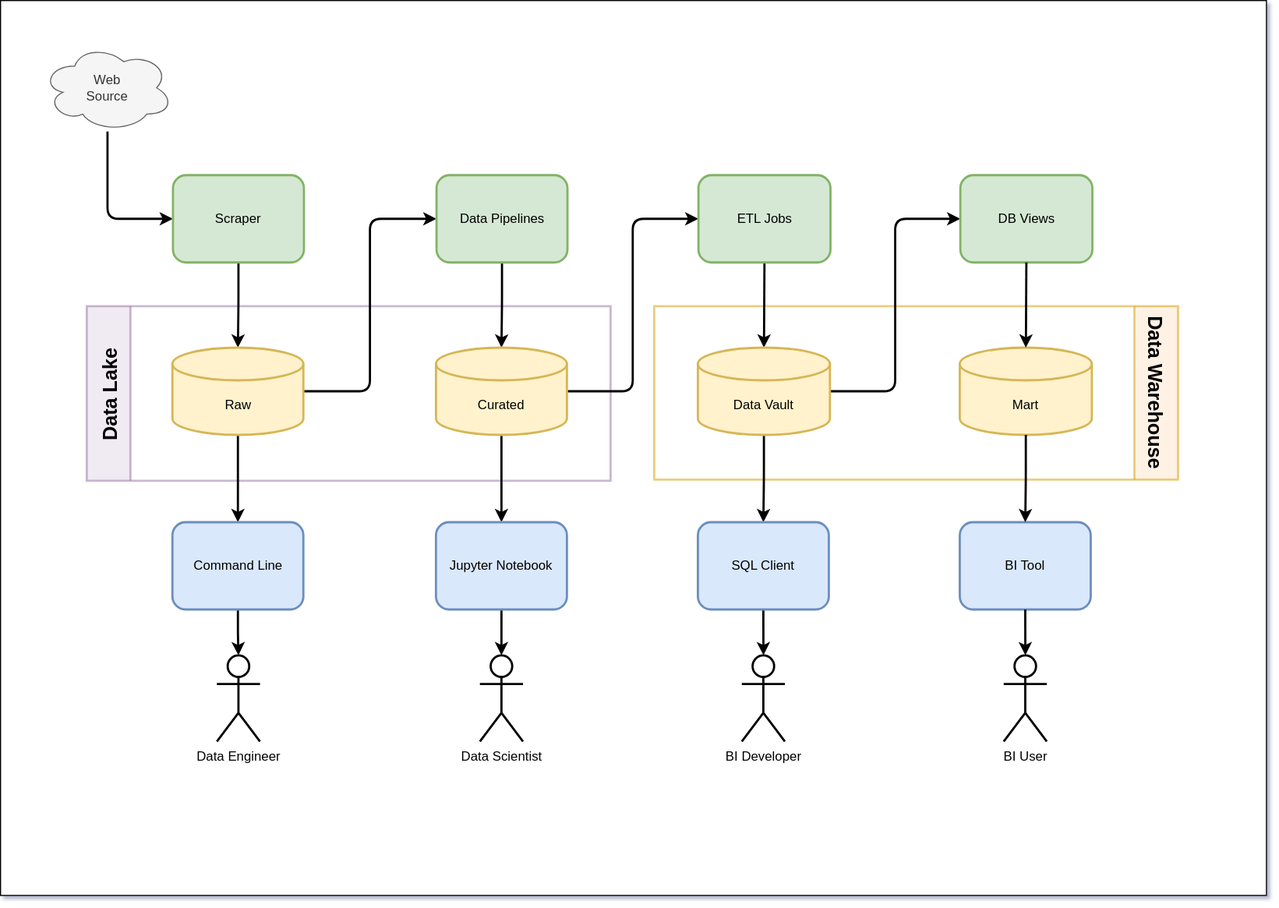
This is doc/architecture-overview.drawio.svg from petracarrion/job-market-analytics, a draw.io export, as it was before one commit. Source tidied: cells renumbered, new cells last; positions are measured from the earlier drawing's top-left corner, leaving out a move shared by most shapes.
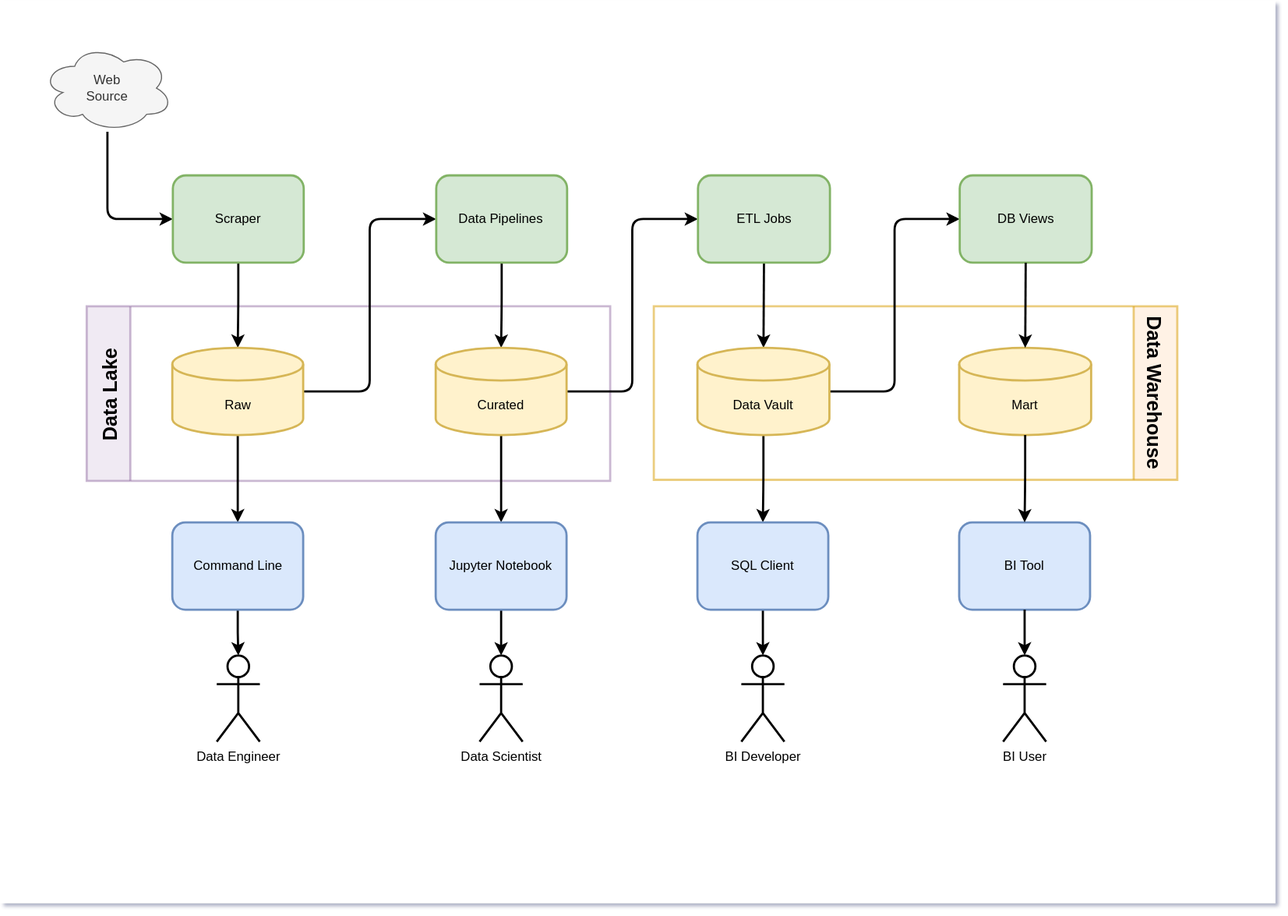
After the commit.

Change to the diagram source:
```diff
@@ -2,8 +2,8 @@
   <root>
     <mxCell id="0" />
     <mxCell id="1" parent="0" />
-    <mxCell id="2" style="rounded=0;whiteSpace=wrap;html=1;" parent="1" vertex="1">
-      <mxGeometry width="1160" height="820" as="geometry" />
+    <mxCell id="2" style="rounded=0;whiteSpace=wrap;html=1;strokeColor=none;" parent="1" vertex="1">
+      <mxGeometry width="1169" height="827" as="geometry" />
     </mxCell>
     <mxCell id="3" value="Overview" parent="0" />
     <mxCell id="4" value="Data Lake" style="swimlane;horizontal=0;fontSize=18;startSize=40;fillColor=#e1d5e7;strokeColor=#9673a6;strokeWidth=2;opacity=50;" parent="3" vertex="1">
```
